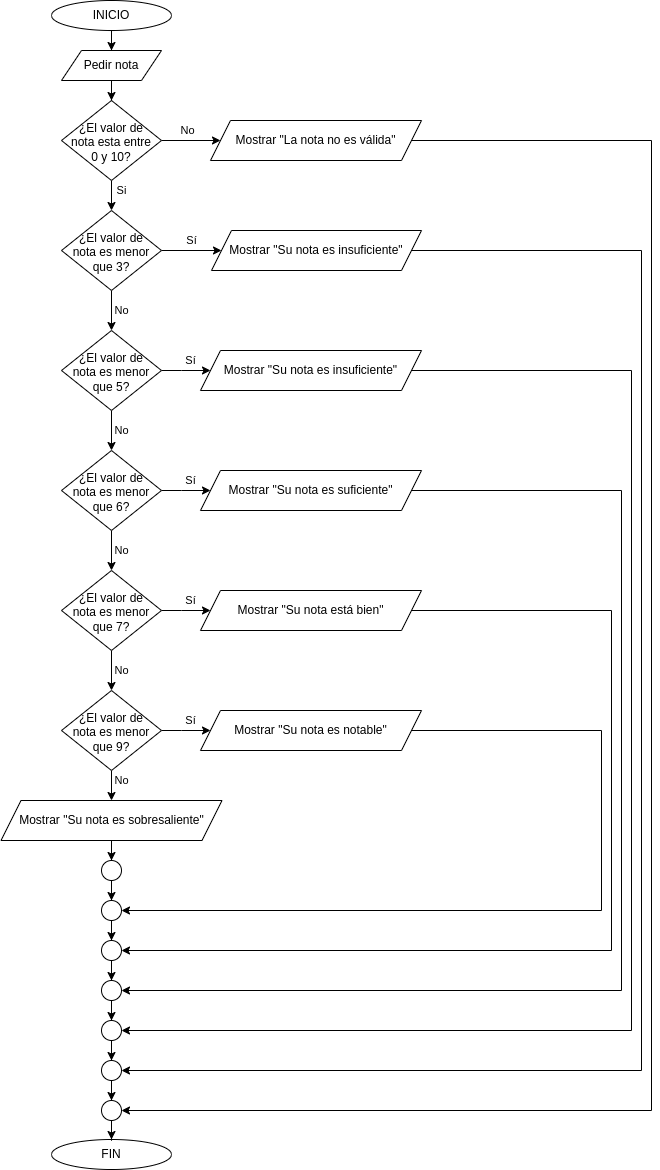
Danikileitor/WebCachonda keeps this draw.io diagram as DAW/primero/EntornosDesarrollo/Tema1/Diagramas de flujo I/Tercero_Notas.png. Above is the earlier version. Source tidied: cells renumbered, new cells last; positions are measured from the earlier drawing's top-left corner, leaving out a move shared by most shapes.
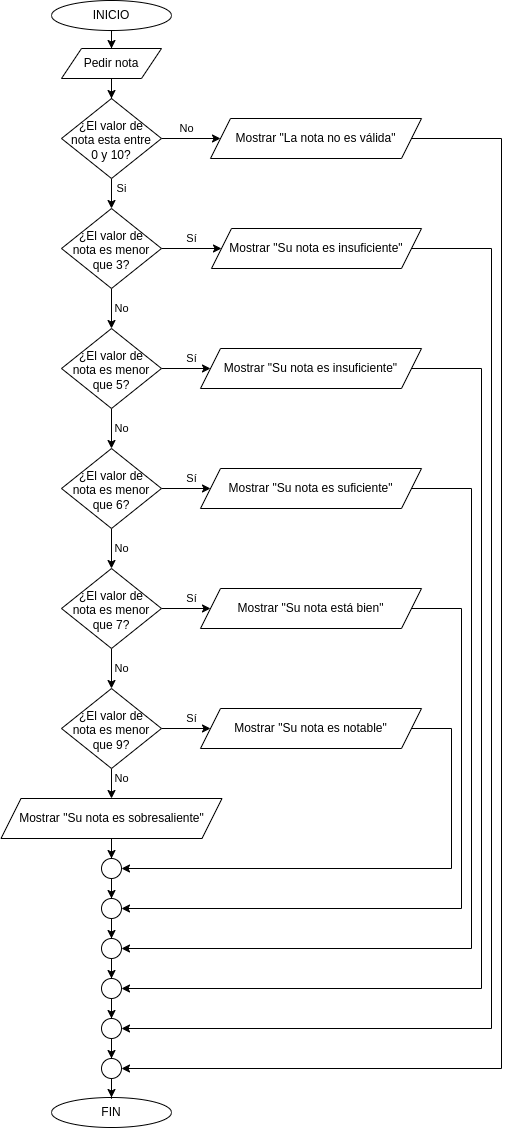
After the change.

Change to the diagram source:
```diff
@@ -15,10 +15,10 @@
       <mxGeometry relative="1" as="geometry" />
     </mxCell>
     <mxCell id="6" value="INICIO" style="ellipse;whiteSpace=wrap;html=1;fontColor=#000000;" parent="1" vertex="1">
-      <mxGeometry x="50" width="120" height="30" as="geometry" />
+      <mxGeometry x="50" y="2" width="120" height="30" as="geometry" />
     </mxCell>
     <mxCell id="7" value="FIN" style="ellipse;whiteSpace=wrap;html=1;fontColor=#000000;" parent="1" vertex="1">
-      <mxGeometry x="50" y="1139" width="120" height="30" as="geometry" />
+      <mxGeometry x="50" y="1099" width="120" height="30" as="geometry" />
     </mxCell>
     <mxCell id="8" style="edgeStyle=orthogonalEdgeStyle;rounded=0;jettySize=auto;html=1;fontColor=#000000;" parent="1" edge="1" source="9" target="4">
       <mxGeometry relative="1" as="geometry" />
@@ -29,8 +29,8 @@
     <mxCell id="10" style="edgeStyle=orthogonalEdgeStyle;rounded=0;jettySize=auto;html=1;fontColor=#000000;" parent="1" edge="1" source="11" target="20">
       <mxGeometry relative="1" as="geometry">
         <Array as="points">
-          <mxPoint x="650" y="140" />
-          <mxPoint x="650" y="1110" />
+          <mxPoint x="500" y="140" />
+          <mxPoint x="500" y="1070" />
         </Array>
       </mxGeometry>
     </mxCell>
@@ -49,8 +49,8 @@
     <mxCell id="15" style="edgeStyle=orthogonalEdgeStyle;rounded=0;jettySize=auto;html=1;fontColor=#000000;entryX=1;entryY=0.5;entryDx=0;entryDy=0;" parent="1" edge="1" source="16" target="18">
       <mxGeometry relative="1" as="geometry">
         <Array as="points">
-          <mxPoint x="640" y="250" />
-          <mxPoint x="640" y="1070" />
+          <mxPoint x="490" y="250" />
+          <mxPoint x="490" y="1030" />
         </Array>
       </mxGeometry>
     </mxCell>
@@ -61,13 +61,13 @@
       <mxGeometry relative="1" as="geometry" />
     </mxCell>
     <mxCell id="18" style="ellipse;whiteSpace=wrap;html=1;fontColor=#000000;" parent="1" vertex="1">
-      <mxGeometry x="100" y="1060" width="20" height="20" as="geometry" />
+      <mxGeometry x="100" y="1020" width="20" height="20" as="geometry" />
     </mxCell>
     <mxCell id="19" style="edgeStyle=orthogonalEdgeStyle;rounded=0;jettySize=auto;html=1;fontColor=#000000;" parent="1" edge="1" source="20" target="7">
       <mxGeometry relative="1" as="geometry" />
     </mxCell>
     <mxCell id="20" style="ellipse;whiteSpace=wrap;html=1;fontColor=#000000;" parent="1" vertex="1">
-      <mxGeometry x="100" y="1100" width="20" height="20" as="geometry" />
+      <mxGeometry x="100" y="1060" width="20" height="20" as="geometry" />
     </mxCell>
     <mxCell id="21" value="Sí" style="edgeStyle=orthogonalEdgeStyle;rounded=0;jettySize=auto;html=1;fontColor=#000000;" parent="1" edge="1" source="23" target="25">
       <mxGeometry x="0.25" y="10" relative="1" as="geometry" />
@@ -81,8 +81,8 @@
     <mxCell id="24" style="edgeStyle=orthogonalEdgeStyle;rounded=0;jettySize=auto;html=1;fontColor=#000000;entryX=1;entryY=0.5;entryDx=0;entryDy=0;" parent="1" edge="1" source="25" target="27">
       <mxGeometry relative="1" as="geometry">
         <Array as="points">
-          <mxPoint x="630" y="370" />
-          <mxPoint x="630" y="1030" />
+          <mxPoint x="480" y="370" />
+          <mxPoint x="480" y="990" />
         </Array>
       </mxGeometry>
     </mxCell>
@@ -93,7 +93,7 @@
       <mxGeometry relative="1" as="geometry" />
     </mxCell>
     <mxCell id="27" style="ellipse;whiteSpace=wrap;html=1;fontColor=#000000;" parent="1" vertex="1">
-      <mxGeometry x="100" y="1020" width="20" height="20" as="geometry" />
+      <mxGeometry x="100" y="980" width="20" height="20" as="geometry" />
     </mxCell>
     <mxCell id="28" value="Sí" style="edgeStyle=orthogonalEdgeStyle;rounded=0;jettySize=auto;html=1;fontColor=#000000;" parent="1" edge="1" source="30" target="32">
       <mxGeometry x="0.25" y="10" relative="1" as="geometry" />
@@ -107,8 +107,8 @@
     <mxCell id="31" style="edgeStyle=orthogonalEdgeStyle;rounded=0;jettySize=auto;html=1;fontColor=#000000;entryX=1;entryY=0.5;entryDx=0;entryDy=0;" parent="1" edge="1" source="32" target="34">
       <mxGeometry relative="1" as="geometry">
         <Array as="points">
-          <mxPoint x="620" y="490" />
-          <mxPoint x="620" y="990" />
+          <mxPoint x="470" y="490" />
+          <mxPoint x="470" y="950" />
         </Array>
       </mxGeometry>
     </mxCell>
@@ -119,7 +119,7 @@
       <mxGeometry relative="1" as="geometry" />
     </mxCell>
     <mxCell id="34" style="ellipse;whiteSpace=wrap;html=1;fontColor=#000000;" parent="1" vertex="1">
-      <mxGeometry x="100" y="980" width="20" height="20" as="geometry" />
+      <mxGeometry x="100" y="940" width="20" height="20" as="geometry" />
     </mxCell>
     <mxCell id="35" value="Sí" style="edgeStyle=orthogonalEdgeStyle;rounded=0;jettySize=auto;html=1;fontColor=#000000;" parent="1" edge="1" source="37" target="39">
       <mxGeometry x="0.25" y="10" relative="1" as="geometry" />
@@ -133,8 +133,8 @@
     <mxCell id="38" style="edgeStyle=orthogonalEdgeStyle;rounded=0;jettySize=auto;html=1;fontColor=#000000;entryX=1;entryY=0.5;entryDx=0;entryDy=0;" parent="1" edge="1" source="39" target="41">
       <mxGeometry relative="1" as="geometry">
         <Array as="points">
-          <mxPoint x="610" y="610" />
-          <mxPoint x="610" y="950" />
+          <mxPoint x="460" y="610" />
+          <mxPoint x="460" y="910" />
         </Array>
       </mxGeometry>
     </mxCell>
@@ -145,7 +145,7 @@
       <mxGeometry relative="1" as="geometry" />
     </mxCell>
     <mxCell id="41" style="ellipse;whiteSpace=wrap;html=1;fontColor=#000000;" parent="1" vertex="1">
-      <mxGeometry x="100" y="940" width="20" height="20" as="geometry" />
+      <mxGeometry x="100" y="900" width="20" height="20" as="geometry" />
     </mxCell>
     <mxCell id="42" value="Sí" style="edgeStyle=orthogonalEdgeStyle;rounded=0;jettySize=auto;html=1;fontColor=#000000;" parent="1" edge="1" source="44" target="46">
       <mxGeometry x="0.25" y="10" relative="1" as="geometry" />
@@ -159,8 +159,8 @@
     <mxCell id="45" style="edgeStyle=orthogonalEdgeStyle;rounded=0;jettySize=auto;html=1;fontColor=#000000;entryX=1;entryY=0.5;entryDx=0;entryDy=0;" parent="1" edge="1" source="46" target="48">
       <mxGeometry relative="1" as="geometry">
         <Array as="points">
-          <mxPoint x="600" y="730" />
-          <mxPoint x="600" y="910" />
+          <mxPoint x="450" y="730" />
+          <mxPoint x="450" y="870" />
         </Array>
       </mxGeometry>
     </mxCell>
@@ -171,17 +171,11 @@
       <mxGeometry relative="1" as="geometry" />
     </mxCell>
     <mxCell id="48" style="ellipse;whiteSpace=wrap;html=1;fontColor=#000000;" parent="1" vertex="1">
-      <mxGeometry x="100" y="900" width="20" height="20" as="geometry" />
+      <mxGeometry x="100" y="860" width="20" height="20" as="geometry" />
     </mxCell>
-    <mxCell id="49" style="edgeStyle=orthogonalEdgeStyle;rounded=0;jettySize=auto;html=1;fontColor=#000000;" parent="1" edge="1" source="50" target="48">
-      <mxGeometry relative="1" as="geometry" />
-    </mxCell>
-    <mxCell id="50" style="ellipse;whiteSpace=wrap;html=1;fontColor=#000000;" parent="1" vertex="1">
-      <mxGeometry x="100" y="860" width="20" height="20" as="geometry" />
-    </mxCell>
-    <mxCell id="51" style="edgeStyle=orthogonalEdgeStyle;rounded=0;jettySize=auto;html=1;fontColor=#000000;" parent="1" edge="1" source="52" target="50">
-      <mxGeometry relative="1" as="geometry" />
-    </mxCell>
+    <mxCell id="53" style="edgeStyle=orthogonalEdgeStyle;rounded=0;jettySize=auto;html=1;" parent="1" edge="1" source="52" target="48">
+      <mxGeometry relative="1" as="geometry" />
+    </mxCell>
     <mxCell id="52" value="Mostrar &quot;Su nota es sobresaliente&quot;" style="shape=parallelogram;perimeter=parallelogramPerimeter;whiteSpace=wrap;html=1;fixedSize=1;fontColor=#000000;shadow=0;strokeWidth=1;spacing=6;spacingTop=0;" parent="1" vertex="1">
       <mxGeometry x="-0.5" y="800" width="221" height="40" as="geometry" />
     </mxCell>
```
